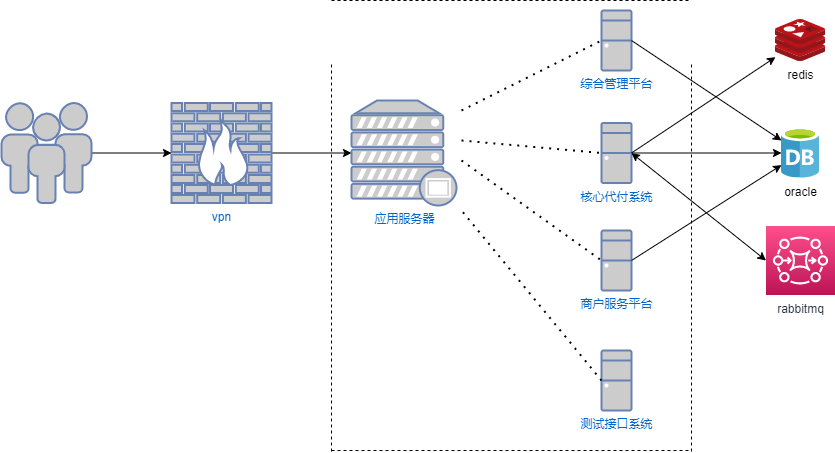
This is Untitled Diagram.drawio.png from songyibo2019/mydiagrams, a draw.io export, as it was before one commit. Source tidied: cells renumbered, new cells last; positions are measured from the earlier drawing's top-left corner, leaving out a move shared by most shapes.
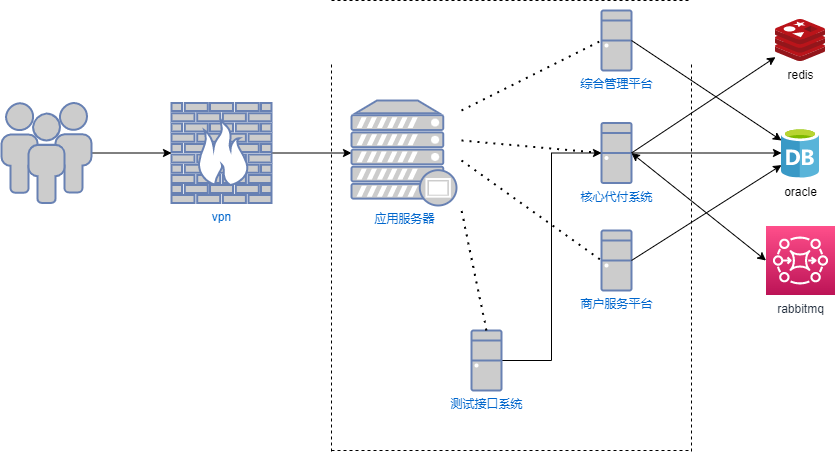
After the change.

Diff of the diagram source:
```diff
@@ -91,10 +91,13 @@
         <mxPoint x="460" y="160" as="sourcePoint" />
       </mxGeometry>
     </mxCell>
+    <mxCell id="27" style="edgeStyle=orthogonalEdgeStyle;rounded=0;jettySize=auto;html=1;entryX=0;entryY=0.5;entryDx=0;entryDy=0;entryPerimeter=0;" parent="1" edge="1" source="25" target="8">
+      <mxGeometry relative="1" as="geometry" />
+    </mxCell>
     <mxCell id="25" value="测试接口系统" style="fontColor=#0066CC;verticalAlign=top;verticalLabelPosition=bottom;labelPosition=center;align=center;html=1;outlineConnect=0;fillColor=#CCCCCC;strokeColor=#6881B3;gradientColor=none;gradientDirection=north;strokeWidth=2;shape=mxgraph.networks.desktop_pc;" parent="1" vertex="1">
-      <mxGeometry x="600" y="350" width="30" height="60" as="geometry" />
+      <mxGeometry x="470" y="330" width="30" height="60" as="geometry" />
     </mxCell>
-    <mxCell id="26" style="endArrow=none;dashed=1;html=1;dashPattern=1 3;strokeWidth=2;rounded=0;exitX=0;exitY=0.5;exitDx=0;exitDy=0;exitPerimeter=0;" parent="1" edge="1" source="25">
+    <mxCell id="26" style="endArrow=none;dashed=1;html=1;dashPattern=1 3;strokeWidth=2;rounded=0;exitX=0.5;exitY=0;exitDx=0;exitDy=0;exitPerimeter=0;" parent="1" edge="1" source="25">
       <mxGeometry relative="1" as="geometry">
         <mxPoint x="460" y="210" as="targetPoint" />
       </mxGeometry>
```
